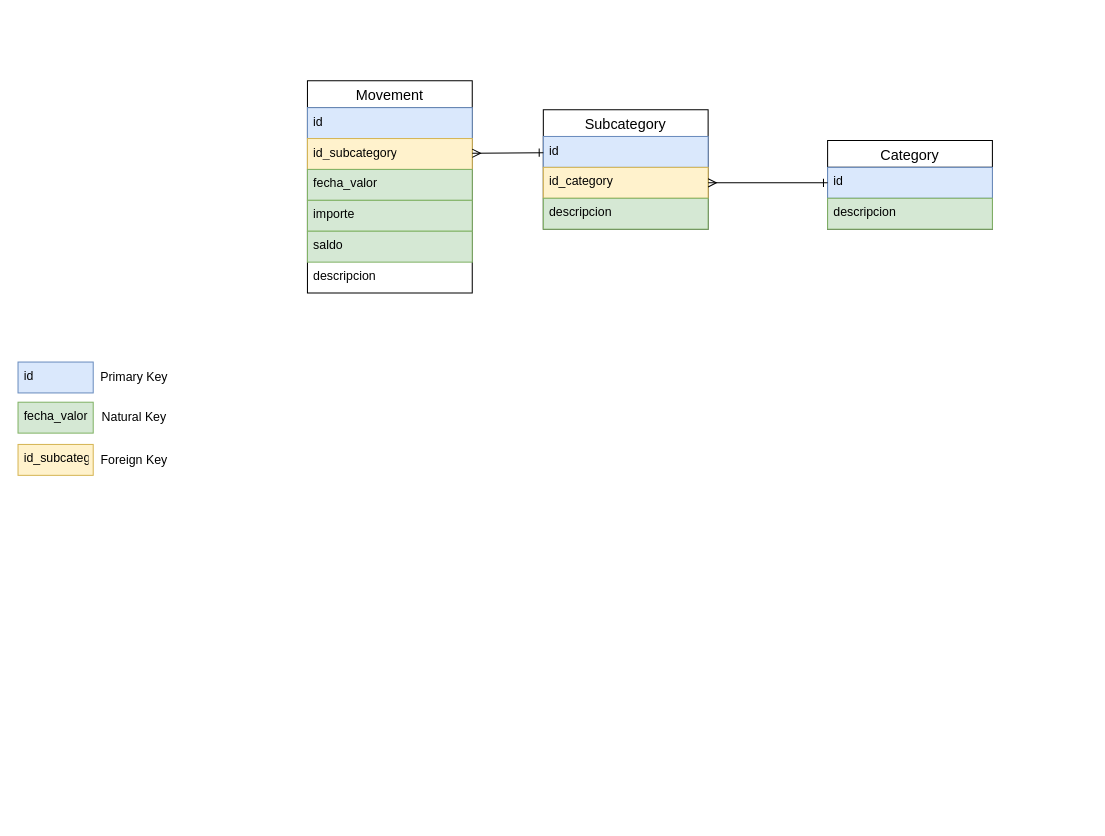
The draw.io diagram page "Data model" (6 of 6) of diagrams.dio in cperezh/DataEng_Patterns, before the edit. Source tidied: cells renumbered, new cells numbered last; positions are measured from the earlier drawing's top-left corner, leaving out a move shared by most shapes. Both pictures are drawn from the tidied source at 103%, with x=0, y=0 at pixel (18, 80).
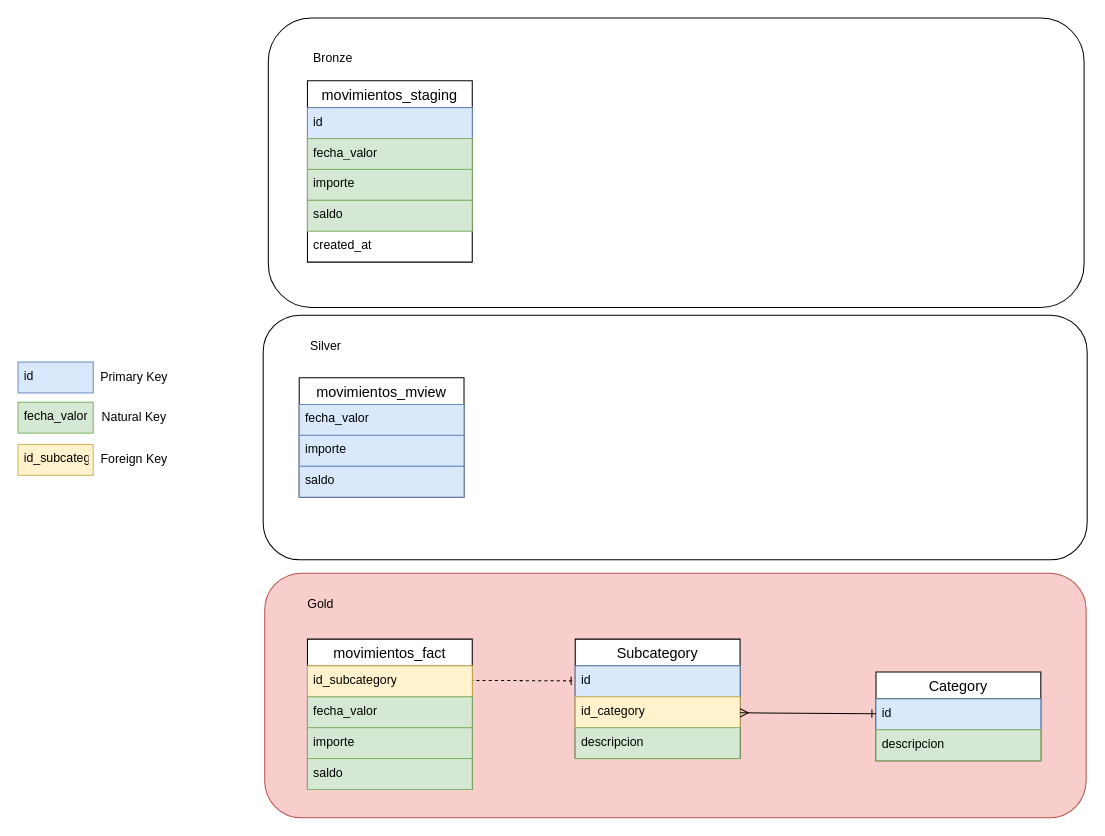
After the change.

Unchanged cells that the change refers to:
```xml
<mxCell id="14" value="id" style="text;strokeColor=#6c8ebf;fillColor=#dae8fc;spacingLeft=4;spacingRight=4;overflow=hidden;points=[[0,0.5],[1,0.5]];portConstraint=eastwest;fontSize=12;whiteSpace=wrap;html=1;" parent="13" vertex="1">
  <mxGeometry y="26" width="160" height="30" as="geometry" />
</mxCell>
```

Change to the diagram source:
```diff
@@
+    <mxCell id="24" style="rounded=1;whiteSpace=wrap;html=1;fillColor=#f8cecc;strokeColor=#b85450;" parent="1" vertex="1">
+      <mxGeometry x="239.5" y="478" width="797.5" height="237.5" as="geometry" />
+    </mxCell>
+    <mxCell id="25" style="rounded=1;whiteSpace=wrap;html=1;" parent="1" vertex="1">
+      <mxGeometry x="238" y="227.5" width="800" height="237.5" as="geometry" />
+    </mxCell>
+    <mxCell id="26" style="rounded=1;whiteSpace=wrap;html=1;" parent="1" vertex="1">
+      <mxGeometry x="243" y="-61" width="792" height="281" as="geometry" />
+    </mxCell>
-    <mxCell id="2" value="Movement" style="swimlane;fontStyle=0;horizontal=1;startSize=26;align=center;fontSize=14;" parent="1" vertex="1">
-      <mxGeometry x="281" width="160" height="206" as="geometry" />
+    <mxCell id="2" value="movimientos_staging" style="swimlane;fontStyle=0;horizontal=1;startSize=26;align=center;fontSize=14;" parent="1" vertex="1">
+      <mxGeometry x="281" width="160" height="176" as="geometry" />
     </mxCell>
@@
-    <mxCell id="4" value="id_subcategory" style="text;strokeColor=#d6b656;fillColor=#fff2cc;spacingLeft=4;spacingRight=4;overflow=hidden;points=[[0,0.5],[1,0.5]];portConstraint=eastwest;fontSize=12;whiteSpace=wrap;html=1;" parent="2" vertex="1">
-      <mxGeometry y="56" width="160" height="30" as="geometry" />
-    </mxCell>
     <mxCell id="5" value="fecha_valor" style="text;strokeColor=#82b366;fillColor=#d5e8d4;spacingLeft=4;spacingRight=4;overflow=hidden;fontSize=12;whiteSpace=wrap;html=1;" parent="2" vertex="1">
-      <mxGeometry y="86" width="160" height="30" as="geometry" />
+      <mxGeometry y="56" width="160" height="30" as="geometry" />
     </mxCell>
     <mxCell id="6" value="importe" style="text;strokeColor=#82b366;fillColor=#d5e8d4;spacingLeft=4;spacingRight=4;overflow=hidden;fontSize=12;whiteSpace=wrap;html=1;" parent="2" vertex="1">
-      <mxGeometry y="116" width="160" height="30" as="geometry" />
+      <mxGeometry y="86" width="160" height="30" as="geometry" />
     </mxCell>
     <mxCell id="7" value="saldo" style="text;strokeColor=#82b366;fillColor=#d5e8d4;spacingLeft=4;spacingRight=4;overflow=hidden;fontSize=12;whiteSpace=wrap;html=1;" parent="2" vertex="1">
-      <mxGeometry y="146" width="160" height="30" as="geometry" />
+      <mxGeometry y="116" width="160" height="30" as="geometry" />
     </mxCell>
-    <mxCell id="8" value="descripcion" style="text;strokeColor=none;fillColor=none;spacingLeft=4;spacingRight=4;overflow=hidden;fontSize=12;whiteSpace=wrap;html=1;" parent="2" vertex="1">
-      <mxGeometry y="176" width="160" height="30" as="geometry" />
-    </mxCell>
+    <mxCell id="27" value="created_at" style="text;spacingLeft=4;spacingRight=4;overflow=hidden;fontSize=12;whiteSpace=wrap;html=1;" parent="2" vertex="1">
+      <mxGeometry y="146" width="160" height="30" as="geometry" />
+    </mxCell>
@@
     <mxCell id="13" value="Subcategory" style="swimlane;fontStyle=0;horizontal=1;startSize=26;align=center;fontSize=14;" parent="1" vertex="1">
-      <mxGeometry x="510" y="28" width="160" height="116" as="geometry" />
+      <mxGeometry x="541" y="542" width="160" height="116" as="geometry" />
     </mxCell>
@@
     <mxCell id="17" value="Category" style="swimlane;fontStyle=0;horizontal=1;startSize=26;align=center;fontSize=14;" parent="1" vertex="1">
-      <mxGeometry x="786" y="58" width="160" height="86" as="geometry" />
+      <mxGeometry x="833" y="574" width="160" height="86" as="geometry" />
     </mxCell>
@@
-    <mxCell id="20" style="edgeStyle=none;html=1;endArrow=ERone;endFill=0;startArrow=ERmany;startFill=0;" parent="1" edge="1" source="4" target="14">
+    <mxCell id="20" style="edgeStyle=none;html=1;endArrow=ERone;endFill=0;startArrow=ERmany;startFill=0;dashed=1;exitX=0.95;exitY=0.467;exitDx=0;exitDy=0;exitPerimeter=0;" parent="1" edge="1" source="4" target="14">
       <mxGeometry relative="1" as="geometry" />
     </mxCell>
@@
+    <mxCell id="28" value="movimientos_mview" style="swimlane;fontStyle=0;horizontal=1;startSize=26;align=center;fontSize=14;" parent="1" vertex="1">
+      <mxGeometry x="273" y="288.2" width="160" height="116" as="geometry" />
+    </mxCell>
+    <mxCell id="29" value="fecha_valor" style="text;strokeColor=#6c8ebf;fillColor=#dae8fc;spacingLeft=4;spacingRight=4;overflow=hidden;fontSize=12;whiteSpace=wrap;html=1;" parent="28" vertex="1">
+      <mxGeometry y="26" width="160" height="30" as="geometry" />
+    </mxCell>
+    <mxCell id="30" value="importe" style="text;strokeColor=#6c8ebf;fillColor=#dae8fc;spacingLeft=4;spacingRight=4;overflow=hidden;fontSize=12;whiteSpace=wrap;html=1;" parent="28" vertex="1">
+      <mxGeometry y="56" width="160" height="30" as="geometry" />
+    </mxCell>
+    <mxCell id="31" value="saldo" style="text;strokeColor=#6c8ebf;fillColor=#dae8fc;spacingLeft=4;spacingRight=4;overflow=hidden;fontSize=12;whiteSpace=wrap;html=1;" parent="28" vertex="1">
+      <mxGeometry y="86" width="160" height="30" as="geometry" />
+    </mxCell>
+    <mxCell id="32" value="movimientos_fact" style="swimlane;fontStyle=0;horizontal=1;startSize=26;align=center;fontSize=14;" parent="1" vertex="1">
+      <mxGeometry x="281" y="542" width="160" height="146" as="geometry" />
+    </mxCell>
+    <mxCell id="4" value="id_subcategory" style="text;fillColor=#fff2cc;spacingLeft=4;spacingRight=4;overflow=hidden;points=[[0,0.5],[1,0.5]];portConstraint=eastwest;fontSize=12;whiteSpace=wrap;html=1;strokeColor=#d6b656;" parent="32" vertex="1">
+      <mxGeometry y="26" width="160" height="30" as="geometry" />
+    </mxCell>
+    <mxCell id="33" value="fecha_valor" style="text;strokeColor=#82b366;fillColor=#d5e8d4;spacingLeft=4;spacingRight=4;overflow=hidden;fontSize=12;whiteSpace=wrap;html=1;" parent="32" vertex="1">
+      <mxGeometry y="56" width="160" height="30" as="geometry" />
+    </mxCell>
+    <mxCell id="34" value="importe" style="text;strokeColor=#82b366;fillColor=#d5e8d4;spacingLeft=4;spacingRight=4;overflow=hidden;fontSize=12;whiteSpace=wrap;html=1;" parent="32" vertex="1">
+      <mxGeometry y="86" width="160" height="30" as="geometry" />
+    </mxCell>
+    <mxCell id="35" value="saldo" style="text;strokeColor=#82b366;fillColor=#d5e8d4;spacingLeft=4;spacingRight=4;overflow=hidden;fontSize=12;whiteSpace=wrap;html=1;" parent="32" vertex="1">
+      <mxGeometry y="116" width="160" height="30" as="geometry" />
+    </mxCell>
+    <mxCell id="36" value="Gold" style="text;html=1;align=center;verticalAlign=middle;whiteSpace=wrap;rounded=0;" parent="1" vertex="1">
+      <mxGeometry x="264" y="493" width="60" height="30" as="geometry" />
+    </mxCell>
+    <mxCell id="37" value="Bronze" style="text;html=1;align=center;verticalAlign=middle;whiteSpace=wrap;rounded=0;" parent="1" vertex="1">
+      <mxGeometry x="276" y="-37" width="60" height="30" as="geometry" />
+    </mxCell>
+    <mxCell id="38" value="Silver" style="text;html=1;align=center;verticalAlign=middle;whiteSpace=wrap;rounded=0;" parent="1" vertex="1">
+      <mxGeometry x="269" y="243" width="60" height="30" as="geometry" />
+    </mxCell>
```
